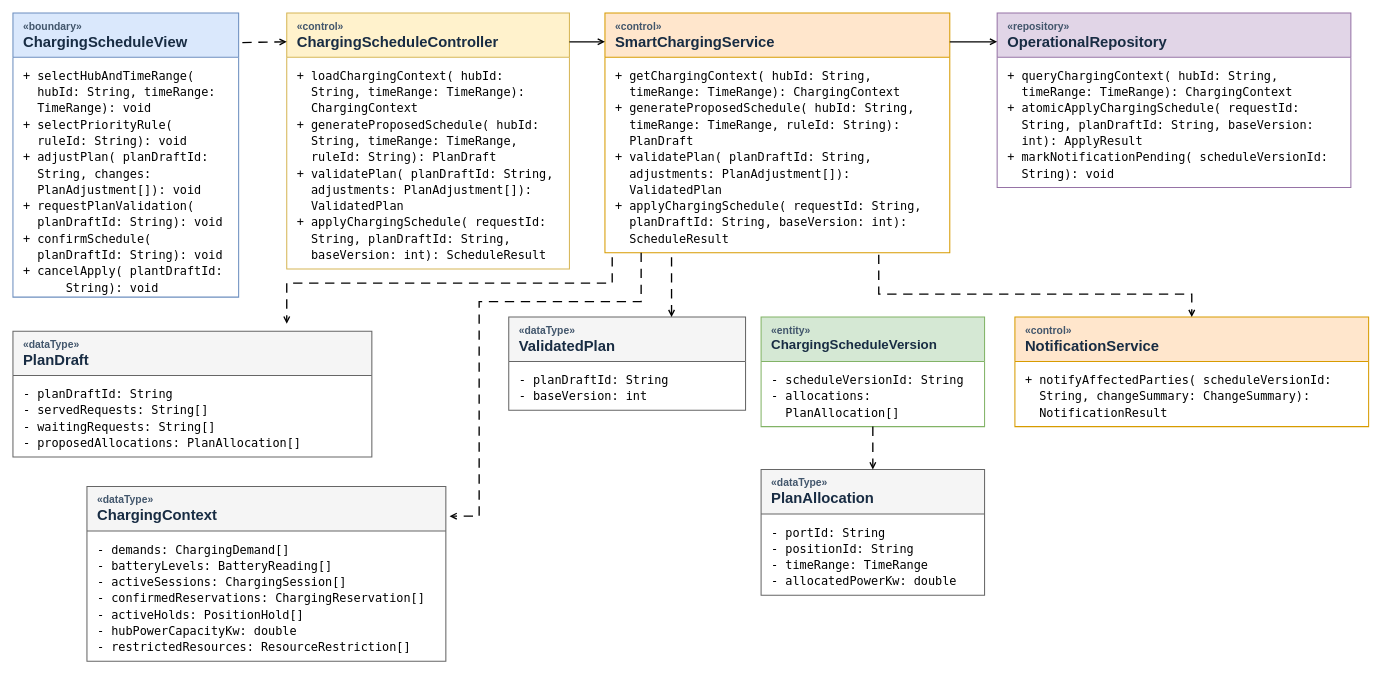
The draw.io diagram docs/hoangnhan_submission3/UC13.drawio in nhanbui304/smart-emobility-hub, before the edit. Source tidied: cells renumbered, new cells numbered last; positions are measured from the earlier drawing's top-left corner, leaving out a move shared by most shapes. Both pictures are drawn from the tidied source at 74%, with x=0, y=0 at pixel (13, 13).
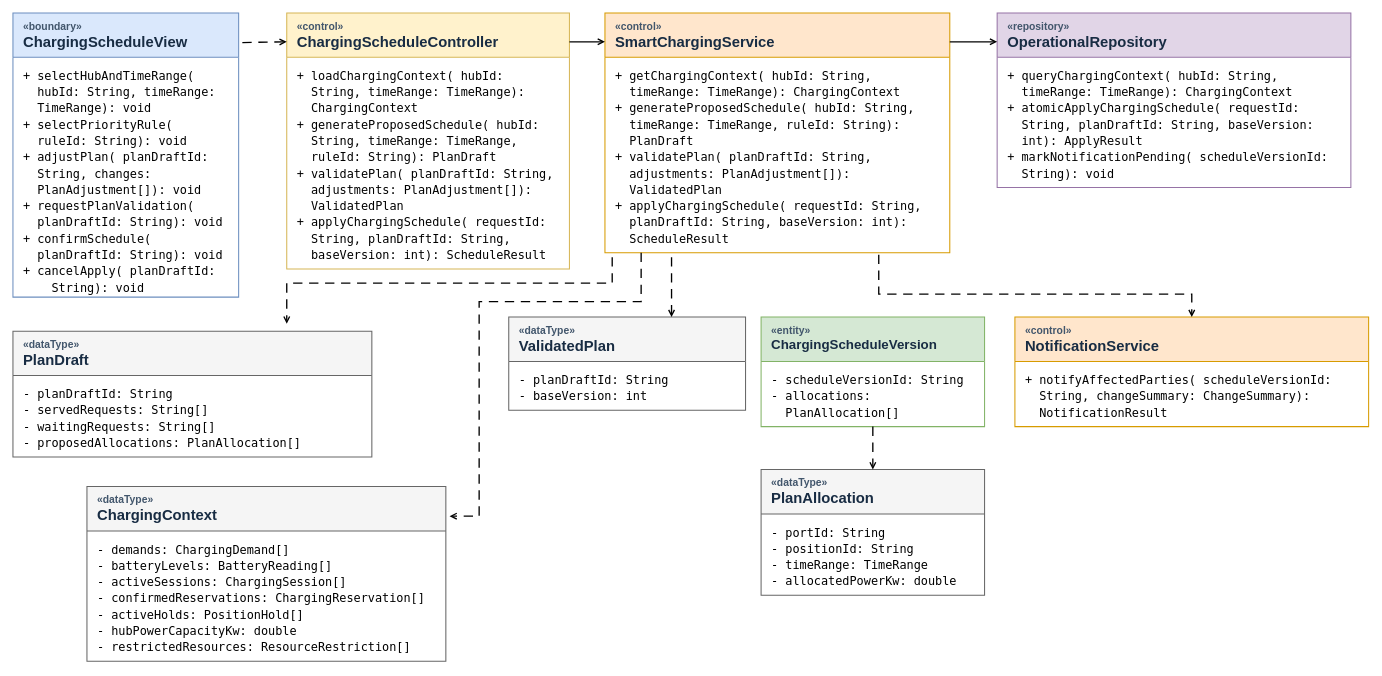
After the change.

The change refers to these unchanged cells:
```xml
<mxCell id="2" value="&lt;div style=&quot;font-size:14px;color:#42566c;&quot;&gt;«boundary»&lt;/div&gt;&lt;div style=&quot;font-size:20px;font-weight:bold;&quot;&gt;ChargingScheduleView&lt;/div&gt;" style="swimlane;startSize=60;horizontal=1;html=1;rounded=0;align=left;verticalAlign=middle;spacingLeft=12;fontColor=#182C43;fillColor=#dae8fc;swimlaneFillColor=#ffffff;strokeColor=#6c8ebf;strokeWidth=1.4;" parent="1" vertex="1">
  <mxGeometry width="305" height="384" as="geometry" />
</mxCell>
```

Change to the diagram source:
```diff
@@
-    <mxCell id="3" value="&lt;div style=&quot;font-family:DejaVu Sans Mono, monospace;font-size:16px;line-height:22px;&quot;&gt;+ selectHubAndTimeRange(&lt;br&gt;&amp;nbsp;&amp;nbsp;hubId: String, timeRange:&lt;br&gt;&amp;nbsp;&amp;nbsp;TimeRange): void&lt;br&gt;+ selectPriorityRule(&lt;br&gt;&amp;nbsp;&amp;nbsp;ruleId: String): void&lt;br&gt;+ adjustPlan( planDraftId:&lt;br&gt;&amp;nbsp;&amp;nbsp;String, changes:&lt;br&gt;&amp;nbsp;&amp;nbsp;PlanAdjustment[]): void&lt;br&gt;+ requestPlanValidation(&lt;br&gt;&amp;nbsp;&amp;nbsp;planDraftId: String): void&lt;br&gt;+ confirmSchedule(&lt;br&gt;&amp;nbsp;&amp;nbsp;planDraftId: String): void&lt;/div&gt;&lt;div style=&quot;font-family:DejaVu Sans Mono, monospace;font-size:16px;line-height:22px;&quot;&gt;+ cancelApply( plantDraftId:&amp;nbsp; &amp;nbsp; &amp;nbsp; &amp;nbsp; String): void&lt;/div&gt;" style="text;html=1;align=left;verticalAlign=top;spacingTop=8;spacingLeft=12;strokeColor=none;fillColor=none;whiteSpace=wrap;overflow=hidden;" parent="2" vertex="1">
+    <mxCell id="3" value="&lt;div style=&quot;font-family:DejaVu Sans Mono, monospace;font-size:16px;line-height:22px;&quot;&gt;+ selectHubAndTimeRange(&lt;br&gt;&amp;nbsp;&amp;nbsp;hubId: String, timeRange:&lt;br&gt;&amp;nbsp;&amp;nbsp;TimeRange): void&lt;br&gt;+ selectPriorityRule(&lt;br&gt;&amp;nbsp;&amp;nbsp;ruleId: String): void&lt;br&gt;+ adjustPlan( planDraftId:&lt;br&gt;&amp;nbsp;&amp;nbsp;String, changes:&lt;br&gt;&amp;nbsp;&amp;nbsp;PlanAdjustment[]): void&lt;br&gt;+ requestPlanValidation(&lt;br&gt;&amp;nbsp;&amp;nbsp;planDraftId: String): void&lt;br&gt;+ confirmSchedule(&lt;br&gt;&amp;nbsp;&amp;nbsp;planDraftId: String): void&lt;/div&gt;&lt;div style=&quot;font-family:DejaVu Sans Mono, monospace;font-size:16px;line-height:22px;&quot;&gt;+ cancelApply( planDraftId:&amp;nbsp; &amp;nbsp; &amp;nbsp; &amp;nbsp; String): void&lt;/div&gt;" style="text;html=1;align=left;verticalAlign=top;spacingTop=8;spacingLeft=12;strokeColor=none;fillColor=none;whiteSpace=wrap;overflow=hidden;" parent="2" vertex="1">
       <mxGeometry y="60" width="305" height="324" as="geometry" />
     </mxCell>
```
